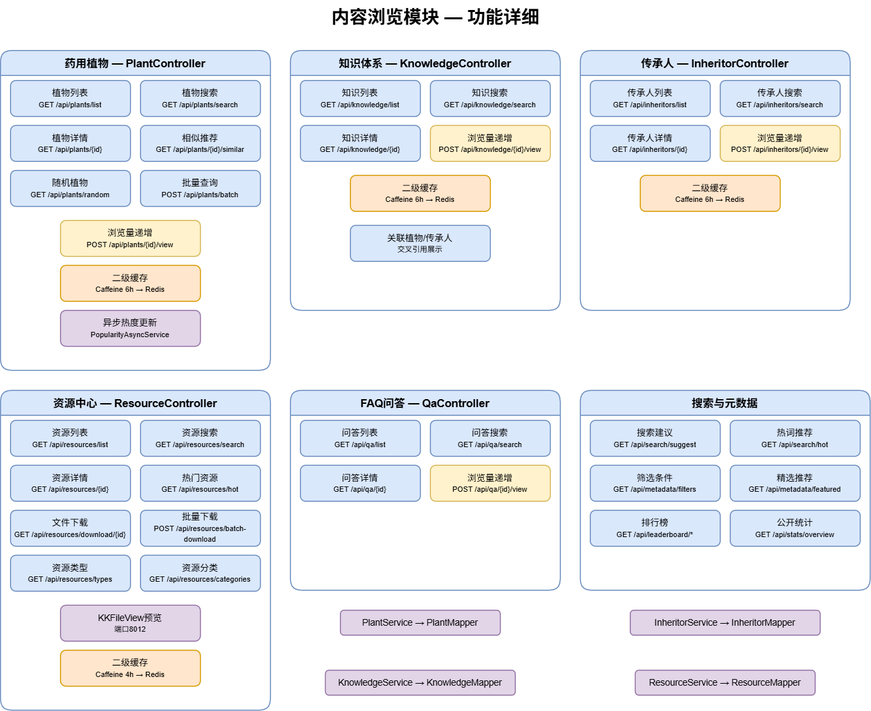
Before: docs/diagrams-png/module-content-browse.drawio.png, a diagram exported from draw.io (yhe3603-star/Graduation-Project). Source tidied: cells renumbered, new cells last; positions are measured from the earlier drawing's top-left corner, leaving out a move shared by most shapes.
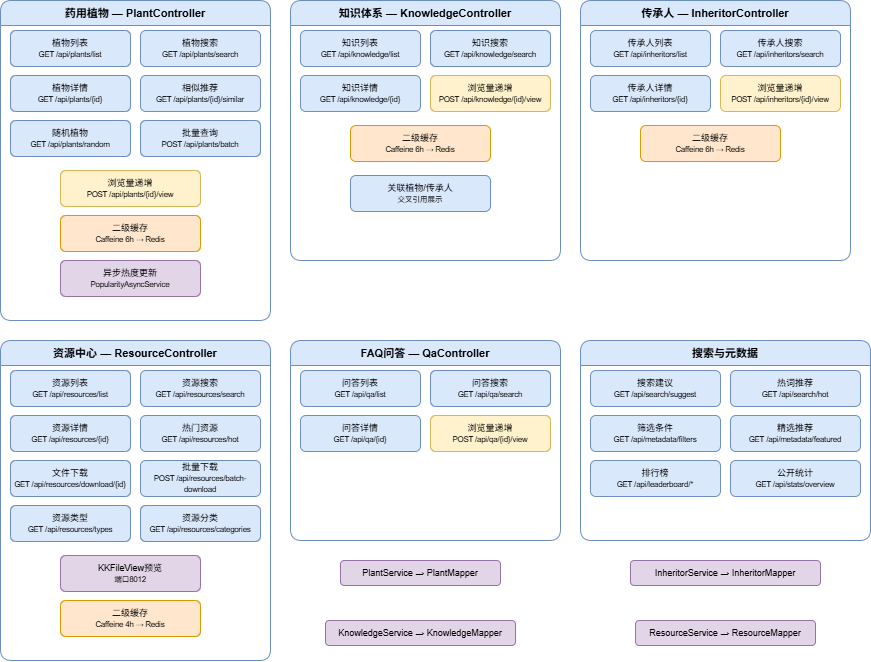
Later version of the same file.

The edit, as a diff of the source:
```diff
@@ -2,9 +2,6 @@
   <root>
     <mxCell id="0" />
     <mxCell id="1" parent="0" />
-    <mxCell id="2" value="内容浏览模块 — 功能详细" style="text;html=1;fontSize=18;fontStyle=1;align=center;" parent="1" vertex="1">
-      <mxGeometry x="235" width="400" height="30" as="geometry" />
-    </mxCell>
     <mxCell id="3" value="药用植物 — PlantController" style="swimlane;startSize=25;fillColor=#dae8fc;strokeColor=#6c8ebf;fontSize=11;rounded=1;" parent="1" vertex="1">
       <mxGeometry y="50" width="270" height="320" as="geometry" />
     </mxCell>
```
